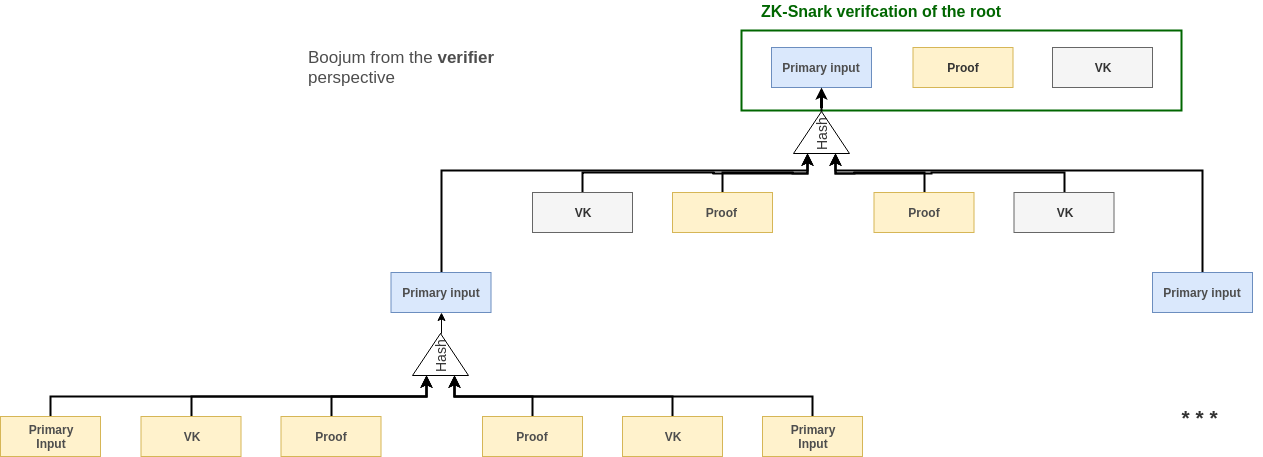
The draw.io diagram docs/verification.png in AlexandreBelling/go-boojum, before a commit. Source tidied: cells renumbered, new cells last; positions are measured from the earlier drawing's top-left corner, leaving out a move shared by most shapes. Source of this version:
```xml
<mxGraphModel>
  <root>
    <mxCell id="0" />
    <mxCell id="1" parent="0" />
    <mxCell id="2" style="rounded=0;whiteSpace=wrap;html=1;fontSize=14;fontColor=none;align=left;noLabel=1;fillColor=none;strokeWidth=2;strokeColor=#006600;" parent="1" vertex="1">
      <mxGeometry x="741" y="30" width="440" height="80" as="geometry" />
    </mxCell>
    <mxCell id="3" style="edgeStyle=orthogonalEdgeStyle;rounded=0;jettySize=auto;html=1;exitX=0.5;exitY=0;exitDx=0;exitDy=0;entryX=0;entryY=0.25;entryDx=0;entryDy=0;fontSize=14;fontColor=#333333;strokeWidth=2;" parent="1" edge="1" source="4" target="29">
      <mxGeometry relative="1" as="geometry" />
    </mxCell>
    <mxCell id="4" value="VK&lt;br&gt;" style="rounded=0;whiteSpace=wrap;html=1;fillColor=#fff2cc;strokeColor=#d6b656;fontStyle=1;fontColor=#4D4D4D;" parent="1" vertex="1">
      <mxGeometry x="140.5" y="416" width="100" height="40" as="geometry" />
    </mxCell>
    <mxCell id="5" style="edgeStyle=orthogonalEdgeStyle;rounded=0;jettySize=auto;html=1;exitX=0.5;exitY=0;exitDx=0;exitDy=0;entryX=0;entryY=0.75;entryDx=0;entryDy=0;fontSize=14;fontColor=#333333;strokeWidth=2;" parent="1" edge="1" source="6" target="29">
      <mxGeometry relative="1" as="geometry" />
    </mxCell>
    <mxCell id="6" value="VK&lt;br&gt;" style="rounded=0;whiteSpace=wrap;html=1;fillColor=#fff2cc;strokeColor=#d6b656;fontStyle=1;fontColor=#4D4D4D;" parent="1" vertex="1">
      <mxGeometry x="622" y="416" width="100" height="40" as="geometry" />
    </mxCell>
    <mxCell id="7" style="edgeStyle=orthogonalEdgeStyle;rounded=0;jettySize=auto;html=1;exitX=0.5;exitY=0;exitDx=0;exitDy=0;entryX=0;entryY=0.25;entryDx=0;entryDy=0;fontSize=14;fontColor=#333333;strokeWidth=2;" parent="1" edge="1" source="8" target="29">
      <mxGeometry relative="1" as="geometry" />
    </mxCell>
    <mxCell id="8" value="Proof&lt;br&gt;" style="rounded=0;whiteSpace=wrap;html=1;fillColor=#fff2cc;strokeColor=#d6b656;fontStyle=1;fontColor=#4D4D4D;" parent="1" vertex="1">
      <mxGeometry x="280.5" y="416" width="100" height="40" as="geometry" />
    </mxCell>
    <mxCell id="9" style="edgeStyle=orthogonalEdgeStyle;rounded=0;jettySize=auto;html=1;exitX=0.5;exitY=0;exitDx=0;exitDy=0;entryX=0;entryY=0.75;entryDx=0;entryDy=0;fontSize=14;fontColor=#333333;strokeWidth=2;" parent="1" edge="1" source="10" target="29">
      <mxGeometry relative="1" as="geometry" />
    </mxCell>
    <mxCell id="10" value="Proof&lt;br&gt;" style="rounded=0;whiteSpace=wrap;html=1;fillColor=#fff2cc;strokeColor=#d6b656;fontStyle=1;fontColor=#4D4D4D;" parent="1" vertex="1">
      <mxGeometry x="482" y="416" width="100" height="40" as="geometry" />
    </mxCell>
    <mxCell id="11" style="edgeStyle=orthogonalEdgeStyle;rounded=0;jettySize=auto;html=1;exitX=0.5;exitY=0;exitDx=0;exitDy=0;entryX=0;entryY=0.25;entryDx=0;entryDy=0;strokeWidth=2;" parent="1" edge="1" source="12" target="36">
      <mxGeometry relative="1" as="geometry">
        <Array as="points">
          <mxPoint x="441" y="170" />
          <mxPoint x="807" y="170" />
        </Array>
      </mxGeometry>
    </mxCell>
    <mxCell id="12" value="Primary input&lt;br&gt;" style="rounded=0;whiteSpace=wrap;html=1;fillColor=#dae8fc;strokeColor=#6c8ebf;fontStyle=1;fontColor=#4D4D4D;" parent="1" vertex="1">
      <mxGeometry x="390.5" y="272" width="100" height="40" as="geometry" />
    </mxCell>
    <mxCell id="13" style="edgeStyle=orthogonalEdgeStyle;rounded=0;jettySize=auto;html=1;exitX=0.5;exitY=0;exitDx=0;exitDy=0;entryX=0;entryY=0.25;entryDx=0;entryDy=0;strokeWidth=2;" parent="1" edge="1" source="14" target="36">
      <mxGeometry relative="1" as="geometry" />
    </mxCell>
    <mxCell id="14" value="VK&lt;br&gt;" style="rounded=0;whiteSpace=wrap;html=1;fillColor=#f5f5f5;strokeColor=#666666;fontStyle=1;fontColor=#333333;" parent="1" vertex="1">
      <mxGeometry x="532" y="192" width="100" height="40" as="geometry" />
    </mxCell>
    <mxCell id="15" style="edgeStyle=orthogonalEdgeStyle;rounded=0;jettySize=auto;html=1;exitX=0.5;exitY=0;exitDx=0;exitDy=0;entryX=0;entryY=0.75;entryDx=0;entryDy=0;strokeWidth=2;" parent="1" edge="1" source="16" target="36">
      <mxGeometry relative="1" as="geometry" />
    </mxCell>
    <mxCell id="16" value="VK&lt;br&gt;" style="rounded=0;whiteSpace=wrap;html=1;fillColor=#f5f5f5;strokeColor=#666666;fontStyle=1;fontColor=#333333;" parent="1" vertex="1">
      <mxGeometry x="1013.5" y="192" width="100" height="40" as="geometry" />
    </mxCell>
    <mxCell id="17" style="edgeStyle=orthogonalEdgeStyle;rounded=0;jettySize=auto;html=1;exitX=0.5;exitY=0;exitDx=0;exitDy=0;entryX=0;entryY=0.25;entryDx=0;entryDy=0;strokeWidth=2;" parent="1" edge="1" source="18" target="36">
      <mxGeometry relative="1" as="geometry" />
    </mxCell>
    <mxCell id="18" value="Proof&amp;nbsp;&lt;br&gt;" style="rounded=0;whiteSpace=wrap;html=1;fillColor=#fff2cc;strokeColor=#d6b656;fontStyle=1;fontColor=#4D4D4D;" parent="1" vertex="1">
      <mxGeometry x="672" y="192" width="100" height="40" as="geometry" />
    </mxCell>
    <mxCell id="19" style="edgeStyle=orthogonalEdgeStyle;rounded=0;jettySize=auto;html=1;exitX=0.5;exitY=0;exitDx=0;exitDy=0;entryX=0;entryY=0.75;entryDx=0;entryDy=0;strokeWidth=2;" parent="1" edge="1" source="20" target="36">
      <mxGeometry relative="1" as="geometry" />
    </mxCell>
    <mxCell id="20" value="Proof&lt;br&gt;" style="rounded=0;whiteSpace=wrap;html=1;fillColor=#fff2cc;strokeColor=#d6b656;fontStyle=1;fontColor=#4D4D4D;" parent="1" vertex="1">
      <mxGeometry x="873.5" y="192" width="100" height="40" as="geometry" />
    </mxCell>
    <mxCell id="21" value="Primary input&lt;br&gt;" style="rounded=0;whiteSpace=wrap;html=1;fillColor=#dae8fc;strokeColor=#6c8ebf;fontStyle=1;fontColor=#4D4D4D;" parent="1" vertex="1">
      <mxGeometry x="771" y="47" width="100" height="40" as="geometry" />
    </mxCell>
    <mxCell id="22" value="Proof&lt;br&gt;" style="rounded=0;whiteSpace=wrap;html=1;fillColor=#fff2cc;strokeColor=#d6b656;fontStyle=1;fontColor=#333333;" parent="1" vertex="1">
      <mxGeometry x="912.5" y="47" width="100" height="40" as="geometry" />
    </mxCell>
    <mxCell id="23" value="VK&lt;br&gt;" style="rounded=0;whiteSpace=wrap;html=1;fillColor=#f5f5f5;strokeColor=#666666;fontStyle=1;fontColor=#333333;" parent="1" vertex="1">
      <mxGeometry x="1052" y="47" width="100" height="40" as="geometry" />
    </mxCell>
    <mxCell id="24" style="edgeStyle=orthogonalEdgeStyle;rounded=0;jettySize=auto;html=1;exitX=0.5;exitY=0;exitDx=0;exitDy=0;entryX=0;entryY=0.25;entryDx=0;entryDy=0;fontSize=14;fontColor=#333333;strokeWidth=2;" parent="1" edge="1" source="25" target="29">
      <mxGeometry relative="1" as="geometry" />
    </mxCell>
    <mxCell id="25" value="Primary&lt;br&gt;Input&lt;br&gt;" style="rounded=0;whiteSpace=wrap;html=1;fillColor=#fff2cc;strokeColor=#d6b656;fontStyle=1;fontColor=#4D4D4D;" parent="1" vertex="1">
      <mxGeometry y="416" width="100" height="40" as="geometry" />
    </mxCell>
    <mxCell id="26" style="edgeStyle=orthogonalEdgeStyle;rounded=0;jettySize=auto;html=1;exitX=0.5;exitY=0;exitDx=0;exitDy=0;entryX=0;entryY=0.75;entryDx=0;entryDy=0;fontSize=14;fontColor=#333333;strokeWidth=2;" parent="1" edge="1" source="27" target="29">
      <mxGeometry relative="1" as="geometry" />
    </mxCell>
    <mxCell id="27" value="Primary&lt;br&gt;Input&lt;br&gt;" style="rounded=0;whiteSpace=wrap;html=1;fillColor=#fff2cc;strokeColor=#d6b656;fontStyle=1;fontColor=#4D4D4D;" parent="1" vertex="1">
      <mxGeometry x="762" y="416" width="100" height="40" as="geometry" />
    </mxCell>
    <mxCell id="28" style="edgeStyle=orthogonalEdgeStyle;rounded=0;jettySize=auto;html=1;exitX=1;exitY=0.5;exitDx=0;exitDy=0;entryX=0.5;entryY=1;entryDx=0;entryDy=0;fontSize=14;fontColor=#333333;" parent="1" edge="1" source="29" target="12">
      <mxGeometry relative="1" as="geometry" />
    </mxCell>
    <mxCell id="29" value="Hash" style="triangle;whiteSpace=wrap;html=1;fontSize=14;fontColor=#333333;align=left;rotation=-90;" parent="1" vertex="1">
      <mxGeometry x="419" y="326" width="42" height="56" as="geometry" />
    </mxCell>
    <mxCell id="30" style="edgeStyle=orthogonalEdgeStyle;rounded=0;jettySize=auto;html=1;exitX=0.5;exitY=0;exitDx=0;exitDy=0;entryX=0;entryY=0.75;entryDx=0;entryDy=0;strokeWidth=2;" parent="1" edge="1" source="31" target="36">
      <mxGeometry relative="1" as="geometry">
        <Array as="points">
          <mxPoint x="1202" y="170" />
          <mxPoint x="835" y="170" />
        </Array>
      </mxGeometry>
    </mxCell>
    <mxCell id="31" value="Primary input&lt;br&gt;" style="rounded=0;whiteSpace=wrap;html=1;fillColor=#dae8fc;strokeColor=#6c8ebf;fontStyle=1;fontColor=#4D4D4D;" parent="1" vertex="1">
      <mxGeometry x="1152" y="272" width="100" height="40" as="geometry" />
    </mxCell>
    <mxCell id="32" value="&lt;font style=&quot;font-size: 21px&quot;&gt;* * *&amp;nbsp;&lt;/font&gt;" style="text;html=1;strokeColor=none;fillColor=none;align=center;verticalAlign=middle;whiteSpace=wrap;rounded=0;fontSize=14;fontColor=#333333;fontStyle=1;" parent="1" vertex="1">
      <mxGeometry x="1142.5" y="406" width="119" height="20" as="geometry" />
    </mxCell>
    <mxCell id="33" value="&lt;b style=&quot;font-size: 16px;&quot;&gt;ZK-Snark verifcation of the root&lt;/b&gt;" style="text;html=1;strokeColor=none;fillColor=none;align=center;verticalAlign=middle;whiteSpace=wrap;rounded=0;fontSize=16;fontColor=#006600;" parent="1" vertex="1">
      <mxGeometry x="738" width="284" height="20" as="geometry" />
    </mxCell>
    <mxCell id="34" value="&lt;span style=&quot;font-weight: 400&quot;&gt;Boojum from the &lt;/span&gt;verifier&lt;span style=&quot;font-weight: 400&quot;&gt; perspective&lt;/span&gt;&lt;br&gt;" style="text;html=1;strokeColor=none;fillColor=none;align=left;verticalAlign=middle;whiteSpace=wrap;rounded=0;fontSize=17;fontColor=#4D4D4D;fontStyle=1;" parent="1" vertex="1">
      <mxGeometry x="306" y="55.5" width="210" height="23" as="geometry" />
    </mxCell>
    <mxCell id="35" style="edgeStyle=orthogonalEdgeStyle;rounded=0;jettySize=auto;html=1;exitX=1;exitY=0.5;exitDx=0;exitDy=0;strokeWidth=2;" parent="1" edge="1" source="36" target="21">
      <mxGeometry relative="1" as="geometry" />
    </mxCell>
    <mxCell id="36" value="Hash" style="triangle;whiteSpace=wrap;html=1;fontSize=14;fontColor=#333333;align=left;rotation=-90;" parent="1" vertex="1">
      <mxGeometry x="800" y="104" width="42" height="56" as="geometry" />
    </mxCell>
  </root>
</mxGraphModel>
```
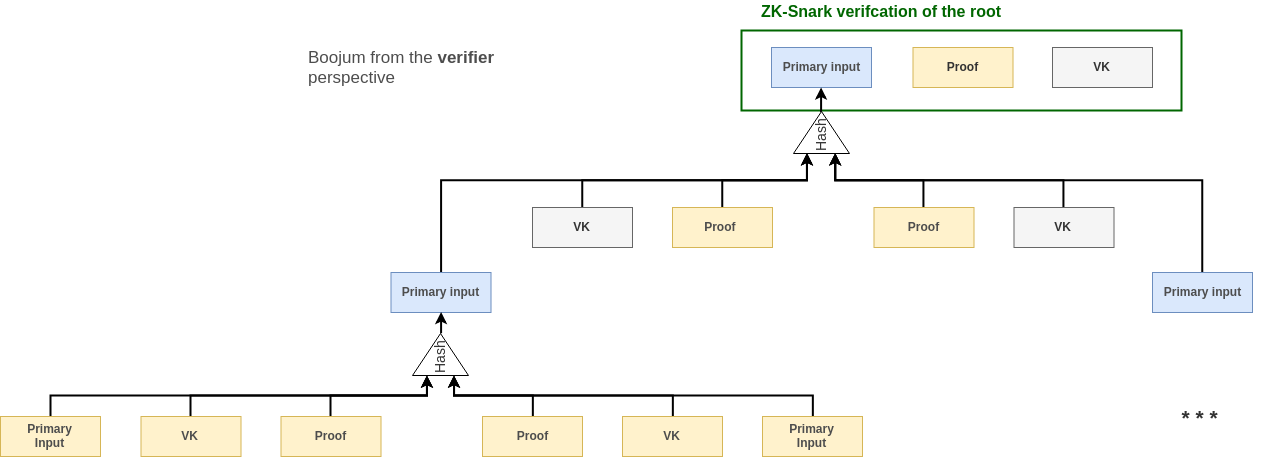
Above is the later version.

Commit message:
feature(Readme): Final organization

Diff of the diagram source:
```diff
@@ -32,8 +32,8 @@
     <mxCell id="11" style="edgeStyle=orthogonalEdgeStyle;rounded=0;jettySize=auto;html=1;exitX=0.5;exitY=0;exitDx=0;exitDy=0;entryX=0;entryY=0.25;entryDx=0;entryDy=0;strokeWidth=2;" parent="1" edge="1" source="12" target="36">
       <mxGeometry relative="1" as="geometry">
         <Array as="points">
-          <mxPoint x="441" y="170" />
-          <mxPoint x="807" y="170" />
+          <mxPoint x="440" y="180" />
+          <mxPoint x="807" y="180" />
         </Array>
       </mxGeometry>
     </mxCell>
@@ -44,25 +44,25 @@
       <mxGeometry relative="1" as="geometry" />
     </mxCell>
     <mxCell id="14" value="VK&lt;br&gt;" style="rounded=0;whiteSpace=wrap;html=1;fillColor=#f5f5f5;strokeColor=#666666;fontStyle=1;fontColor=#333333;" parent="1" vertex="1">
-      <mxGeometry x="532" y="192" width="100" height="40" as="geometry" />
+      <mxGeometry x="532" y="207" width="100" height="40" as="geometry" />
     </mxCell>
     <mxCell id="15" style="edgeStyle=orthogonalEdgeStyle;rounded=0;jettySize=auto;html=1;exitX=0.5;exitY=0;exitDx=0;exitDy=0;entryX=0;entryY=0.75;entryDx=0;entryDy=0;strokeWidth=2;" parent="1" edge="1" source="16" target="36">
       <mxGeometry relative="1" as="geometry" />
     </mxCell>
     <mxCell id="16" value="VK&lt;br&gt;" style="rounded=0;whiteSpace=wrap;html=1;fillColor=#f5f5f5;strokeColor=#666666;fontStyle=1;fontColor=#333333;" parent="1" vertex="1">
-      <mxGeometry x="1013.5" y="192" width="100" height="40" as="geometry" />
+      <mxGeometry x="1013.5" y="207" width="100" height="40" as="geometry" />
     </mxCell>
     <mxCell id="17" style="edgeStyle=orthogonalEdgeStyle;rounded=0;jettySize=auto;html=1;exitX=0.5;exitY=0;exitDx=0;exitDy=0;entryX=0;entryY=0.25;entryDx=0;entryDy=0;strokeWidth=2;" parent="1" edge="1" source="18" target="36">
       <mxGeometry relative="1" as="geometry" />
     </mxCell>
     <mxCell id="18" value="Proof&amp;nbsp;&lt;br&gt;" style="rounded=0;whiteSpace=wrap;html=1;fillColor=#fff2cc;strokeColor=#d6b656;fontStyle=1;fontColor=#4D4D4D;" parent="1" vertex="1">
-      <mxGeometry x="672" y="192" width="100" height="40" as="geometry" />
+      <mxGeometry x="672" y="207" width="100" height="40" as="geometry" />
     </mxCell>
     <mxCell id="19" style="edgeStyle=orthogonalEdgeStyle;rounded=0;jettySize=auto;html=1;exitX=0.5;exitY=0;exitDx=0;exitDy=0;entryX=0;entryY=0.75;entryDx=0;entryDy=0;strokeWidth=2;" parent="1" edge="1" source="20" target="36">
       <mxGeometry relative="1" as="geometry" />
     </mxCell>
     <mxCell id="20" value="Proof&lt;br&gt;" style="rounded=0;whiteSpace=wrap;html=1;fillColor=#fff2cc;strokeColor=#d6b656;fontStyle=1;fontColor=#4D4D4D;" parent="1" vertex="1">
-      <mxGeometry x="873.5" y="192" width="100" height="40" as="geometry" />
+      <mxGeometry x="873.5" y="207" width="100" height="40" as="geometry" />
     </mxCell>
     <mxCell id="21" value="Primary input&lt;br&gt;" style="rounded=0;whiteSpace=wrap;html=1;fillColor=#dae8fc;strokeColor=#6c8ebf;fontStyle=1;fontColor=#4D4D4D;" parent="1" vertex="1">
       <mxGeometry x="771" y="47" width="100" height="40" as="geometry" />
@@ -85,7 +85,7 @@
     <mxCell id="27" value="Primary&lt;br&gt;Input&lt;br&gt;" style="rounded=0;whiteSpace=wrap;html=1;fillColor=#fff2cc;strokeColor=#d6b656;fontStyle=1;fontColor=#4D4D4D;" parent="1" vertex="1">
       <mxGeometry x="762" y="416" width="100" height="40" as="geometry" />
     </mxCell>
-    <mxCell id="28" style="edgeStyle=orthogonalEdgeStyle;rounded=0;jettySize=auto;html=1;exitX=1;exitY=0.5;exitDx=0;exitDy=0;entryX=0.5;entryY=1;entryDx=0;entryDy=0;fontSize=14;fontColor=#333333;" parent="1" edge="1" source="29" target="12">
+    <mxCell id="28" style="edgeStyle=orthogonalEdgeStyle;rounded=0;jettySize=auto;html=1;exitX=1;exitY=0.5;exitDx=0;exitDy=0;entryX=0.5;entryY=1;entryDx=0;entryDy=0;fontSize=14;fontColor=#333333;strokeWidth=2;" parent="1" edge="1" source="29" target="12">
       <mxGeometry relative="1" as="geometry" />
     </mxCell>
     <mxCell id="29" value="Hash" style="triangle;whiteSpace=wrap;html=1;fontSize=14;fontColor=#333333;align=left;rotation=-90;" parent="1" vertex="1">
@@ -94,8 +94,8 @@
     <mxCell id="30" style="edgeStyle=orthogonalEdgeStyle;rounded=0;jettySize=auto;html=1;exitX=0.5;exitY=0;exitDx=0;exitDy=0;entryX=0;entryY=0.75;entryDx=0;entryDy=0;strokeWidth=2;" parent="1" edge="1" source="31" target="36">
       <mxGeometry relative="1" as="geometry">
         <Array as="points">
-          <mxPoint x="1202" y="170" />
-          <mxPoint x="835" y="170" />
+          <mxPoint x="1202" y="180" />
+          <mxPoint x="835" y="180" />
         </Array>
       </mxGeometry>
     </mxCell>
```
